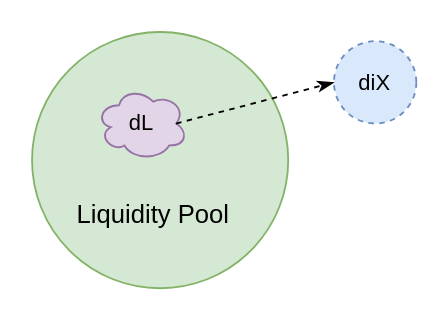
Above: doc/indexing_problem/indexed_tkn.drawio in defipy-devs/uniswappy (draw.io), before the change. Source tidied: cells renumbered, new cells numbered last; positions are measured from the earlier drawing's top-left corner, leaving out a move shared by most shapes. Both pictures are drawn from the tidied source at 183%, with x=0, y=0 at pixel (31, 31). Pictures stored in the file or linked from it are replaced by grey dashed boxes.
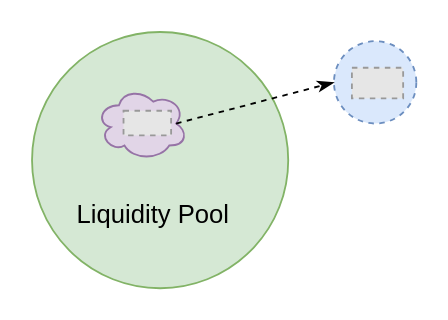
The same page after the edit.

Diff of the diagram source:
```diff
@@
 <mxGraphModel>
   <root>
     <mxCell id="0" />
     <mxCell id="1" parent="0" />
     <mxCell id="2" style="ellipse;whiteSpace=wrap;html=1;fillColor=#d5e8d4;strokeColor=#82b366;" parent="1" vertex="1">
       <mxGeometry width="140" height="140" as="geometry" />
     </mxCell>
-    <mxCell id="3" value="dL" style="ellipse;shape=cloud;whiteSpace=wrap;html=1;fillColor=#e1d5e7;strokeColor=#9673a6;" parent="1" vertex="1">
+    <mxCell id="3" style="ellipse;shape=cloud;whiteSpace=wrap;html=1;fillColor=#e1d5e7;strokeColor=#9673a6;" parent="1" vertex="1">
       <mxGeometry x="35" y="30" width="50" height="40" as="geometry" />
     </mxCell>
-    <mxCell id="4" value="diX" style="ellipse;whiteSpace=wrap;html=1;dashed=1;fillColor=#dae8fc;strokeColor=#6c8ebf;" parent="1" vertex="1">
+    <mxCell id="4" style="ellipse;whiteSpace=wrap;html=1;dashed=1;fillColor=#dae8fc;strokeColor=#6c8ebf;" parent="1" vertex="1">
       <mxGeometry x="165" y="5" width="45" height="45" as="geometry" />
     </mxCell>
     <mxCell id="5" style="endArrow=classicThin;dashed=1;html=1;rounded=0;exitX=0.875;exitY=0.5;exitDx=0;exitDy=0;exitPerimeter=0;entryX=0;entryY=0.5;entryDx=0;entryDy=0;endFill=1;" parent="1" edge="1" source="3" target="4">
       <mxGeometry relative="1" as="geometry" />
     </mxCell>
     <mxCell id="6" value="&lt;font style=&quot;font-size: 14px;&quot;&gt;Liquidity Pool&lt;/font&gt;" style="text;html=1;strokeColor=none;fillColor=none;align=center;verticalAlign=middle;whiteSpace=wrap;rounded=0;" parent="1" vertex="1">
       <mxGeometry y="80" width="132.5" height="40" as="geometry" />
     </mxCell>
+    <mxCell id="7" style="fillColor=#E6E6E6;strokeColor=#999999;dashed=1;verticalLabelPosition=bottom;labelBackgroundColor=default;verticalAlign=top;" parent="1" vertex="1">
+      <mxGeometry x="174.8" y="19.5" width="28" height="16.8" as="geometry" />
+    </mxCell>
+    <mxCell id="8" style="fillColor=#E6E6E6;strokeColor=#999999;dashed=1;verticalLabelPosition=bottom;labelBackgroundColor=default;verticalAlign=top;" parent="1" vertex="1">
+      <mxGeometry x="50" y="43" width="26" height="13.5" as="geometry" />
+    </mxCell>
   </root>
 </mxGraphModel>
```
